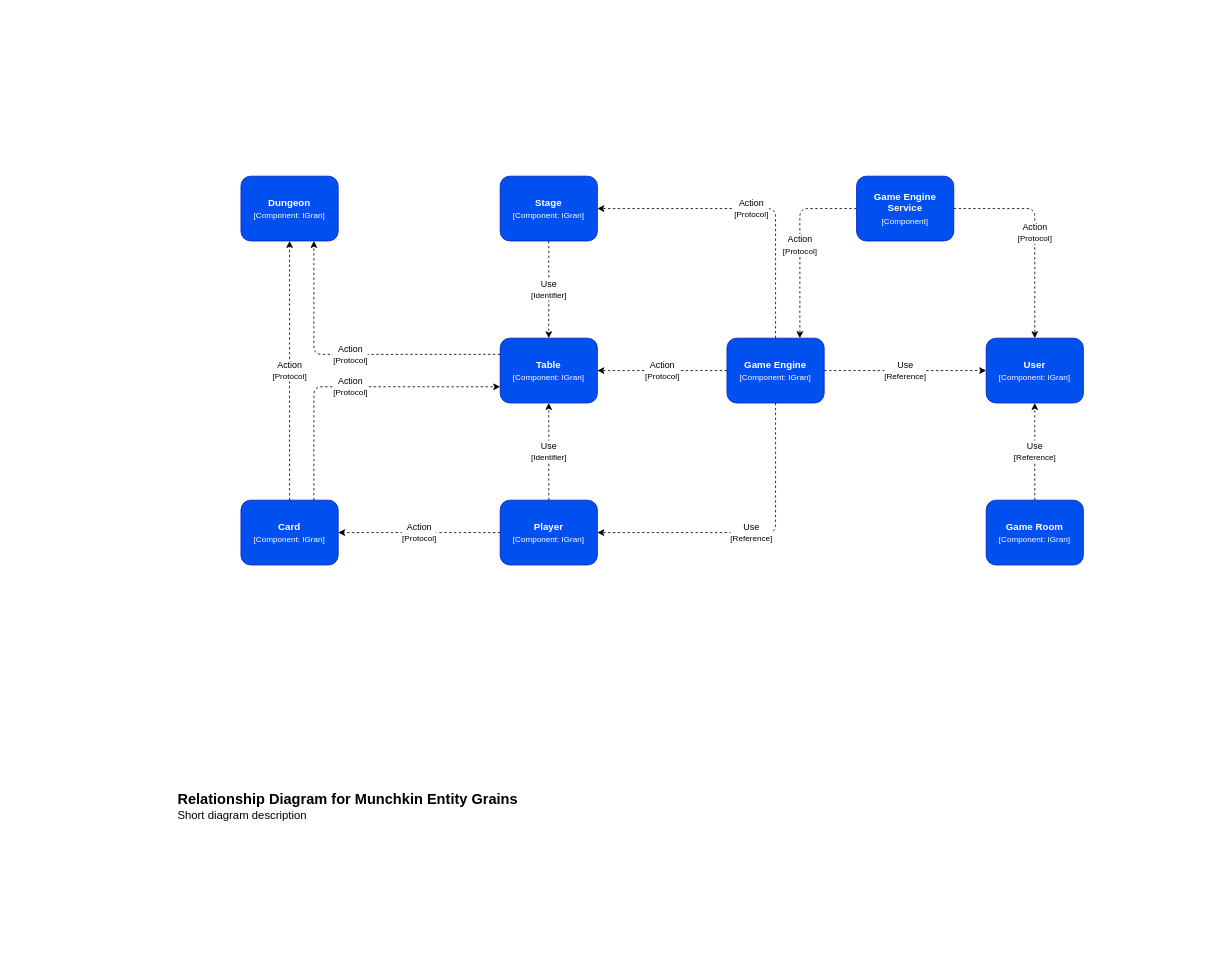
Earlier version of the draw.io diagram page "orleans.grains.communication" (2 of 3) of docs/diagrams/munchkin.drawio (walking-down-the-silence/munchkin). Source tidied: cells renumbered, new cells numbered last; positions are measured from the earlier drawing's top-left corner, leaving out a move shared by most shapes. Both pictures are drawn from the tidied source at 81%, with x=0, y=0 at pixel (176, 111).
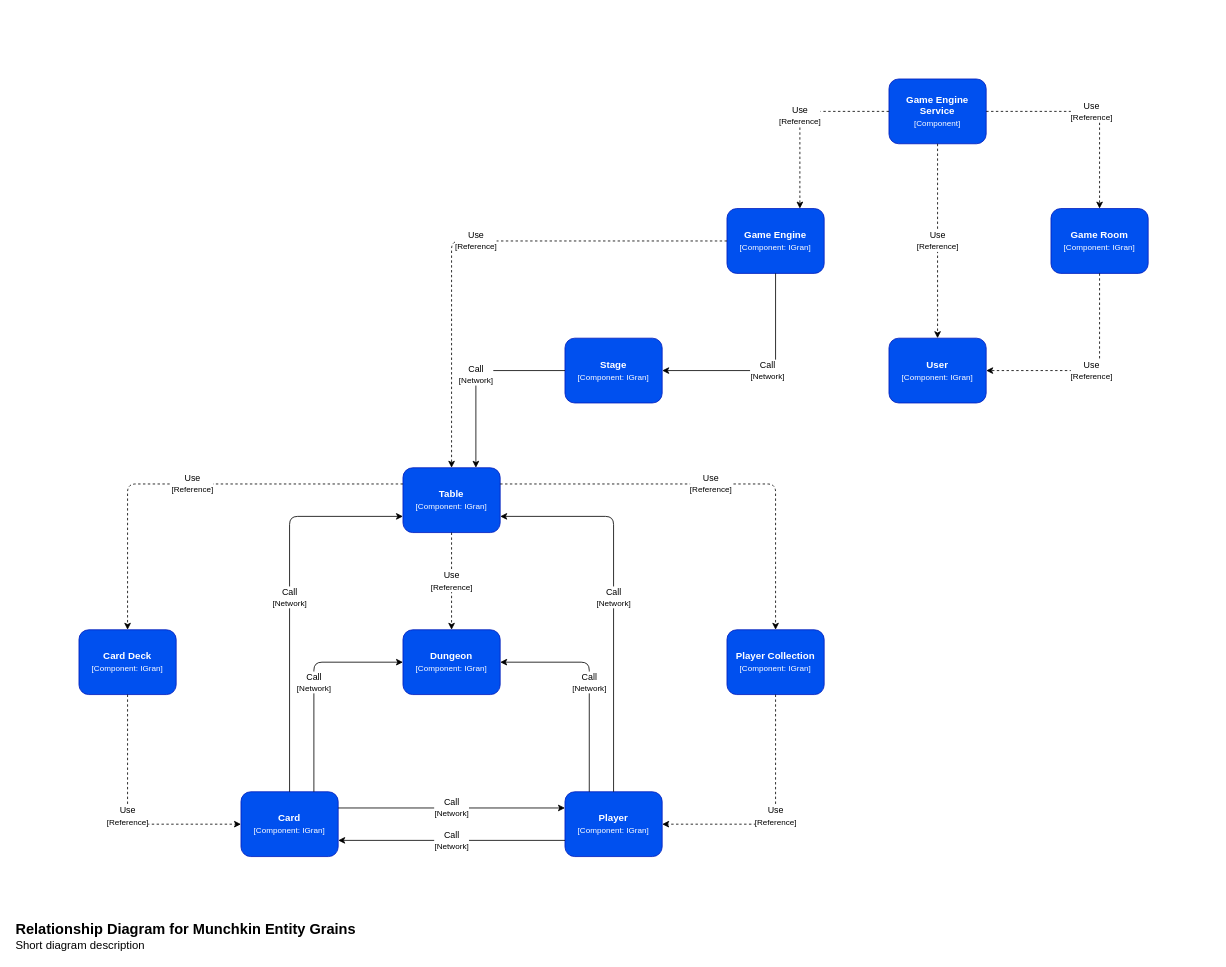
After the change.

The edit, as a diff of the source:
```diff
@@
-    <mxCell id="2" value="&lt;b&gt;&lt;font style=&quot;font-size: 18px&quot;&gt;Relationship Diagram for Munchkin Entity Grains&lt;/font&gt;&lt;/b&gt;&lt;br&gt;&lt;font style=&quot;font-size: 14px&quot;&gt;Short diagram description&lt;/font&gt;" style="rounded=0;whiteSpace=wrap;html=1;verticalAlign=bottom;align=left;strokeColor=none;fillColor=none;" parent="1" vertex="1">
-      <mxGeometry width="880" height="880" as="geometry" />
+    <mxCell id="2" value="&lt;b&gt;&lt;font style=&quot;font-size: 18px&quot;&gt;Relationship Diagram for Munchkin Entity Grains&lt;/font&gt;&lt;/b&gt;&lt;br&gt;&lt;font style=&quot;font-size: 14px&quot;&gt;Short diagram description&lt;/font&gt;" style="rounded=0;whiteSpace=wrap;html=1;verticalAlign=bottom;align=left;strokeColor=none;" parent="1" vertex="1">
+      <mxGeometry x="-200" y="-120" width="1480" height="1160" as="geometry" />
     </mxCell>
     <mxCell id="3" value="&lt;b&gt;Table&lt;br&gt;&lt;/b&gt;&lt;font style=&quot;font-size: 10px&quot;&gt;[Component: IGran]&lt;br&gt;&lt;/font&gt;" style="rounded=1;whiteSpace=wrap;html=1;fillColor=#0050ef;strokeColor=#001DBC;fontColor=#ffffff;align=center;" parent="1" vertex="1">
-      <mxGeometry x="400" y="280" width="120" height="80" as="geometry" />
+      <mxGeometry x="280" y="440" width="120" height="80" as="geometry" />
     </mxCell>
     <mxCell id="4" value="&lt;b&gt;Card&lt;br&gt;&lt;/b&gt;&lt;font style=&quot;font-size: 10px&quot;&gt;[Component: IGran]&lt;br&gt;&lt;/font&gt;" style="rounded=1;whiteSpace=wrap;html=1;fillColor=#0050ef;strokeColor=#001DBC;fontColor=#ffffff;align=center;" parent="1" vertex="1">
-      <mxGeometry x="80" y="480" width="120" height="80" as="geometry" />
+      <mxGeometry x="80" y="840" width="120" height="80" as="geometry" />
     </mxCell>
     <mxCell id="5" value="&lt;b&gt;Player&lt;br&gt;&lt;/b&gt;&lt;font style=&quot;font-size: 10px&quot;&gt;[Component: IGran]&lt;br&gt;&lt;/font&gt;" style="rounded=1;whiteSpace=wrap;html=1;fillColor=#0050ef;strokeColor=#001DBC;fontColor=#ffffff;align=center;" parent="1" vertex="1">
-      <mxGeometry x="400" y="480" width="120" height="80" as="geometry" />
+      <mxGeometry x="480" y="840" width="120" height="80" as="geometry" />
     </mxCell>
-    <mxCell id="6" value="Action&lt;br&gt;&lt;font style=&quot;font-size: 10px&quot;&gt;[Protocol]&lt;/font&gt;" style="endArrow=classic;html=1;dashed=1;edgeStyle=orthogonalEdgeStyle;" parent="1" edge="1" source="5" target="4">
-      <mxGeometry relative="1" as="geometry" />
-    </mxCell>
-    <mxCell id="7" value="Action&lt;br&gt;&lt;font style=&quot;font-size: 10px&quot;&gt;[Protocol]&lt;/font&gt;" style="endArrow=classic;html=1;dashed=1;edgeStyle=orthogonalEdgeStyle;entryX=0;entryY=0.75;entryDx=0;entryDy=0;exitX=0.75;exitY=0;exitDx=0;exitDy=0;" parent="1" edge="1" source="4" target="3">
+    <mxCell id="7" value="Call&lt;br&gt;&lt;font style=&quot;font-size: 10px&quot;&gt;[Network]&lt;/font&gt;" style="endArrow=classic;html=1;edgeStyle=orthogonalEdgeStyle;entryX=0;entryY=0.75;entryDx=0;entryDy=0;exitX=0.5;exitY=0;exitDx=0;exitDy=0;" parent="1" edge="1" source="4" target="3">
       <mxGeometry relative="1" as="geometry" />
     </mxCell>
-    <mxCell id="8" value="Use&lt;br&gt;&lt;font style=&quot;font-size: 10px&quot;&gt;[Identifier]&lt;/font&gt;" style="endArrow=classic;html=1;dashed=1;edgeStyle=orthogonalEdgeStyle;" parent="1" edge="1" source="5" target="3">
+    <mxCell id="8" value="Call&lt;br&gt;&lt;font style=&quot;font-size: 10px&quot;&gt;[Network]&lt;/font&gt;" style="endArrow=classic;html=1;edgeStyle=orthogonalEdgeStyle;exitX=0.5;exitY=0;exitDx=0;exitDy=0;entryX=1;entryY=0.75;entryDx=0;entryDy=0;" parent="1" edge="1" source="5" target="3">
       <mxGeometry relative="1" as="geometry" />
     </mxCell>
     <mxCell id="9" value="&lt;b&gt;Dungeon&lt;br&gt;&lt;/b&gt;&lt;font style=&quot;font-size: 10px&quot;&gt;[Component: IGran]&lt;br&gt;&lt;/font&gt;" style="rounded=1;whiteSpace=wrap;html=1;fillColor=#0050ef;strokeColor=#001DBC;fontColor=#ffffff;align=center;" parent="1" vertex="1">
-      <mxGeometry x="80" y="80" width="120" height="80" as="geometry" />
+      <mxGeometry x="280" y="640" width="120" height="80" as="geometry" />
     </mxCell>
-    <mxCell id="10" value="Action&lt;br&gt;&lt;font style=&quot;font-size: 10px&quot;&gt;[Protocol]&lt;/font&gt;" style="endArrow=classic;html=1;dashed=1;edgeStyle=orthogonalEdgeStyle;exitX=0;exitY=0.25;exitDx=0;exitDy=0;entryX=0.75;entryY=1;entryDx=0;entryDy=0;" parent="1" edge="1" source="3" target="9">
+    <mxCell id="10" value="Use&lt;br&gt;&lt;font style=&quot;font-size: 10px&quot;&gt;[Reference]&lt;/font&gt;" style="endArrow=classic;html=1;dashed=1;edgeStyle=orthogonalEdgeStyle;" parent="1" edge="1" source="3" target="9">
       <mxGeometry relative="1" as="geometry" />
     </mxCell>
     <mxCell id="11" value="&lt;b&gt;User&lt;br&gt;&lt;/b&gt;&lt;font style=&quot;font-size: 10px&quot;&gt;[Component: IGran]&lt;br&gt;&lt;/font&gt;" style="rounded=1;whiteSpace=wrap;html=1;fillColor=#0050ef;strokeColor=#001DBC;fontColor=#ffffff;align=center;" parent="1" vertex="1">
-      <mxGeometry x="1000" y="280" width="120" height="80" as="geometry" />
+      <mxGeometry x="880" y="280" width="120" height="80" as="geometry" />
     </mxCell>
     <mxCell id="12" value="&lt;b&gt;Game Room&lt;br&gt;&lt;/b&gt;&lt;font style=&quot;font-size: 10px&quot;&gt;[Component: IGran]&lt;br&gt;&lt;/font&gt;" style="rounded=1;whiteSpace=wrap;html=1;fillColor=#0050ef;strokeColor=#001DBC;fontColor=#ffffff;align=center;" parent="1" vertex="1">
-      <mxGeometry x="1000" y="480" width="120" height="80" as="geometry" />
+      <mxGeometry x="1080" y="120" width="120" height="80" as="geometry" />
     </mxCell>
     <mxCell id="13" value="&lt;b&gt;Stage&lt;br&gt;&lt;/b&gt;&lt;font style=&quot;font-size: 10px&quot;&gt;[Component: IGran]&lt;br&gt;&lt;/font&gt;" style="rounded=1;whiteSpace=wrap;html=1;fillColor=#0050ef;strokeColor=#001DBC;fontColor=#ffffff;align=center;" parent="1" vertex="1">
-      <mxGeometry x="400" y="80" width="120" height="80" as="geometry" />
+      <mxGeometry x="480" y="280" width="120" height="80" as="geometry" />
     </mxCell>
-    <mxCell id="14" value="Use&lt;br&gt;&lt;font style=&quot;font-size: 10px&quot;&gt;[Reference]&lt;/font&gt;" style="endArrow=classic;html=1;dashed=1;edgeStyle=orthogonalEdgeStyle;" parent="1" edge="1" source="12" target="11">
+    <mxCell id="14" value="Use&lt;br&gt;&lt;font style=&quot;font-size: 10px&quot;&gt;[Reference]&lt;/font&gt;" style="endArrow=classic;html=1;dashed=1;edgeStyle=orthogonalEdgeStyle;entryX=1;entryY=0.5;entryDx=0;entryDy=0;exitX=0.5;exitY=1;exitDx=0;exitDy=0;" parent="1" edge="1" source="12" target="11">
       <mxGeometry relative="1" as="geometry" />
     </mxCell>
     <mxCell id="15" value="&lt;b&gt;Game Engine&lt;br&gt;&lt;/b&gt;&lt;font style=&quot;font-size: 10px&quot;&gt;[Component: IGran]&lt;br&gt;&lt;/font&gt;" style="rounded=1;whiteSpace=wrap;html=1;fillColor=#0050ef;strokeColor=#001DBC;fontColor=#ffffff;align=center;" parent="1" vertex="1">
-      <mxGeometry x="680" y="280" width="120" height="80" as="geometry" />
+      <mxGeometry x="680" y="120" width="120" height="80" as="geometry" />
     </mxCell>
-    <mxCell id="16" value="Use&lt;br&gt;&lt;font style=&quot;font-size: 10px&quot;&gt;[Reference]&lt;/font&gt;" style="endArrow=classic;html=1;dashed=1;edgeStyle=orthogonalEdgeStyle;entryX=1;entryY=0.5;entryDx=0;entryDy=0;exitX=0.5;exitY=1;exitDx=0;exitDy=0;" parent="1" edge="1" source="15" target="5">
-      <mxGeometry relative="1" as="geometry" />
-    </mxCell>
-    <mxCell id="17" value="Action&lt;br&gt;&lt;font style=&quot;font-size: 10px&quot;&gt;[Protocol]&lt;/font&gt;" style="endArrow=classic;html=1;dashed=1;edgeStyle=orthogonalEdgeStyle;entryX=1;entryY=0.5;entryDx=0;entryDy=0;exitX=0.5;exitY=0;exitDx=0;exitDy=0;" parent="1" edge="1" source="15" target="13">
+    <mxCell id="17" value="Call&lt;br&gt;&lt;font style=&quot;font-size: 10px&quot;&gt;[Network]&lt;/font&gt;" style="endArrow=classic;html=1;edgeStyle=orthogonalEdgeStyle;entryX=1;entryY=0.5;entryDx=0;entryDy=0;exitX=0.5;exitY=1;exitDx=0;exitDy=0;" parent="1" edge="1" source="15" target="13">
       <mxGeometry relative="1" as="geometry" />
     </mxCell>
-    <mxCell id="18" value="Use&lt;br&gt;&lt;font style=&quot;font-size: 10px&quot;&gt;[Identifier]&lt;/font&gt;" style="endArrow=classic;html=1;dashed=1;edgeStyle=orthogonalEdgeStyle;" parent="1" edge="1" source="13" target="3">
+    <mxCell id="18" value="Call&lt;br&gt;&lt;font style=&quot;font-size: 10px&quot;&gt;[Network]&lt;/font&gt;" style="endArrow=classic;html=1;edgeStyle=orthogonalEdgeStyle;exitX=0;exitY=0.5;exitDx=0;exitDy=0;entryX=0.75;entryY=0;entryDx=0;entryDy=0;" parent="1" edge="1" source="13" target="3">
       <mxGeometry relative="1" as="geometry" />
     </mxCell>
-    <mxCell id="19" value="Action&lt;br&gt;&lt;font style=&quot;font-size: 10px&quot;&gt;[Protocol]&lt;/font&gt;" style="endArrow=classic;html=1;dashed=1;edgeStyle=orthogonalEdgeStyle;entryX=1;entryY=0.5;entryDx=0;entryDy=0;" parent="1" edge="1" source="15" target="3">
+    <mxCell id="19" value="Use&lt;br&gt;&lt;font style=&quot;font-size: 10px&quot;&gt;[Reference]&lt;/font&gt;" style="endArrow=classic;html=1;dashed=1;edgeStyle=orthogonalEdgeStyle;entryX=0.5;entryY=0;entryDx=0;entryDy=0;" parent="1" edge="1" source="15" target="3">
       <mxGeometry relative="1" as="geometry" />
     </mxCell>
-    <mxCell id="20" value="Use&lt;br&gt;&lt;font style=&quot;font-size: 10px&quot;&gt;[Reference]&lt;/font&gt;" style="endArrow=classic;html=1;dashed=1;edgeStyle=orthogonalEdgeStyle;" parent="1" edge="1" source="15" target="11">
-      <mxGeometry relative="1" as="geometry" />
-    </mxCell>
-    <mxCell id="21" value="Action&lt;br&gt;&lt;font style=&quot;font-size: 10px&quot;&gt;[Protocol]&lt;/font&gt;" style="endArrow=classic;html=1;dashed=1;edgeStyle=orthogonalEdgeStyle;" parent="1" edge="1" source="4" target="9">
+    <mxCell id="21" value="Call&lt;br&gt;&lt;font style=&quot;font-size: 10px&quot;&gt;[Network]&lt;/font&gt;" style="endArrow=classic;html=1;edgeStyle=orthogonalEdgeStyle;exitX=0.75;exitY=0;exitDx=0;exitDy=0;entryX=0;entryY=0.5;entryDx=0;entryDy=0;" parent="1" edge="1" source="4" target="9">
       <mxGeometry relative="1" as="geometry" />
     </mxCell>
     <mxCell id="22" value="&lt;b&gt;Game Engine Service&lt;br&gt;&lt;/b&gt;&lt;font style=&quot;font-size: 10px&quot;&gt;[Component]&lt;br&gt;&lt;/font&gt;" style="rounded=1;whiteSpace=wrap;html=1;fillColor=#0050ef;strokeColor=#001DBC;fontColor=#ffffff;align=center;" parent="1" vertex="1">
-      <mxGeometry x="840" y="80" width="120" height="80" as="geometry" />
+      <mxGeometry x="880" y="-40" width="120" height="80" as="geometry" />
     </mxCell>
-    <mxCell id="23" value="Action&lt;br&gt;&lt;font style=&quot;font-size: 10px&quot;&gt;[Protocol]&lt;/font&gt;" style="endArrow=classic;html=1;dashed=1;edgeStyle=orthogonalEdgeStyle;entryX=0.75;entryY=0;entryDx=0;entryDy=0;" parent="1" edge="1" source="22" target="15">
+    <mxCell id="23" value="Use&lt;br&gt;&lt;font style=&quot;font-size: 10px&quot;&gt;[Reference]&lt;/font&gt;" style="endArrow=classic;html=1;dashed=1;edgeStyle=orthogonalEdgeStyle;entryX=0.75;entryY=0;entryDx=0;entryDy=0;" parent="1" edge="1" source="22" target="15">
       <mxGeometry relative="1" as="geometry" />
     </mxCell>
-    <mxCell id="24" value="Action&lt;br&gt;&lt;font style=&quot;font-size: 10px&quot;&gt;[Protocol]&lt;/font&gt;" style="endArrow=classic;html=1;dashed=1;edgeStyle=orthogonalEdgeStyle;" parent="1" edge="1" source="22" target="11">
+    <mxCell id="24" value="Use&lt;br&gt;&lt;font style=&quot;font-size: 10px&quot;&gt;[Reference]&lt;/font&gt;" style="endArrow=classic;html=1;dashed=1;edgeStyle=orthogonalEdgeStyle;entryX=0.5;entryY=0;entryDx=0;entryDy=0;" parent="1" edge="1" source="22" target="11">
       <mxGeometry relative="1" as="geometry" />
     </mxCell>
+    <mxCell id="25" value="Use&lt;br&gt;&lt;font style=&quot;font-size: 10px&quot;&gt;[Reference]&lt;/font&gt;" style="endArrow=classic;html=1;dashed=1;edgeStyle=orthogonalEdgeStyle;exitX=1;exitY=0.25;exitDx=0;exitDy=0;entryX=0.5;entryY=0;entryDx=0;entryDy=0;" parent="1" edge="1" source="3" target="30">
+      <mxGeometry relative="1" as="geometry" />
+    </mxCell>
+    <mxCell id="26" value="Use&lt;br&gt;&lt;font style=&quot;font-size: 10px&quot;&gt;[Reference]&lt;/font&gt;" style="endArrow=classic;html=1;dashed=1;edgeStyle=orthogonalEdgeStyle;entryX=0.5;entryY=0;entryDx=0;entryDy=0;exitX=0;exitY=0.25;exitDx=0;exitDy=0;" parent="1" edge="1" source="3" target="27">
+      <mxGeometry relative="1" as="geometry" />
+    </mxCell>
+    <mxCell id="27" value="&lt;b&gt;Card Deck&lt;br&gt;&lt;/b&gt;&lt;font style=&quot;font-size: 10px&quot;&gt;[Component: IGran]&lt;br&gt;&lt;/font&gt;" style="rounded=1;whiteSpace=wrap;html=1;fillColor=#0050ef;strokeColor=#001DBC;fontColor=#ffffff;align=center;" parent="1" vertex="1">
+      <mxGeometry x="-120" y="640" width="120" height="80" as="geometry" />
+    </mxCell>
+    <mxCell id="28" value="Use&lt;br&gt;&lt;font style=&quot;font-size: 10px&quot;&gt;[Reference]&lt;/font&gt;" style="endArrow=classic;html=1;dashed=1;edgeStyle=orthogonalEdgeStyle;entryX=0;entryY=0.5;entryDx=0;entryDy=0;exitX=0.5;exitY=1;exitDx=0;exitDy=0;" parent="1" edge="1" source="27" target="4">
+      <mxGeometry relative="1" as="geometry" />
+    </mxCell>
+    <mxCell id="29" value="Use&lt;br&gt;&lt;font style=&quot;font-size: 10px&quot;&gt;[Reference]&lt;/font&gt;" style="endArrow=classic;html=1;dashed=1;edgeStyle=orthogonalEdgeStyle;exitX=1;exitY=0.5;exitDx=0;exitDy=0;" parent="1" edge="1" source="22" target="12">
+      <mxGeometry relative="1" as="geometry" />
+    </mxCell>
+    <mxCell id="30" value="&lt;b&gt;Player Collection&lt;br&gt;&lt;/b&gt;&lt;font style=&quot;font-size: 10px&quot;&gt;[Component: IGran]&lt;br&gt;&lt;/font&gt;" style="rounded=1;whiteSpace=wrap;html=1;fillColor=#0050ef;strokeColor=#001DBC;fontColor=#ffffff;align=center;" parent="1" vertex="1">
+      <mxGeometry x="680" y="640" width="120" height="80" as="geometry" />
+    </mxCell>
+    <mxCell id="16" value="Use&lt;br&gt;&lt;font style=&quot;font-size: 10px&quot;&gt;[Reference]&lt;/font&gt;" style="endArrow=classic;html=1;dashed=1;edgeStyle=orthogonalEdgeStyle;entryX=1;entryY=0.5;entryDx=0;entryDy=0;exitX=0.5;exitY=1;exitDx=0;exitDy=0;" parent="1" edge="1" source="30" target="5">
+      <mxGeometry relative="1" as="geometry" />
+    </mxCell>
+    <mxCell id="31" value="Call&lt;br&gt;&lt;font style=&quot;font-size: 10px&quot;&gt;[Network]&lt;/font&gt;" style="endArrow=classic;html=1;edgeStyle=orthogonalEdgeStyle;entryX=1;entryY=0.5;entryDx=0;entryDy=0;exitX=0.25;exitY=0;exitDx=0;exitDy=0;" parent="1" edge="1" source="5" target="9">
+      <mxGeometry relative="1" as="geometry" />
+    </mxCell>
+    <mxCell id="32" value="Call&lt;br&gt;&lt;font style=&quot;font-size: 10px&quot;&gt;[Network]&lt;/font&gt;" style="endArrow=classic;html=1;edgeStyle=orthogonalEdgeStyle;entryX=0;entryY=0.25;entryDx=0;entryDy=0;exitX=1;exitY=0.25;exitDx=0;exitDy=0;" parent="1" edge="1" source="4" target="5">
+      <mxGeometry relative="1" as="geometry" />
+    </mxCell>
+    <mxCell id="6" value="Call&lt;br&gt;&lt;font style=&quot;font-size: 10px&quot;&gt;[Network]&lt;/font&gt;" style="endArrow=classic;html=1;edgeStyle=orthogonalEdgeStyle;entryX=1;entryY=0.75;entryDx=0;entryDy=0;exitX=0;exitY=0.75;exitDx=0;exitDy=0;" parent="1" edge="1" source="5" target="4">
+      <mxGeometry relative="1" as="geometry" />
+    </mxCell>
```
